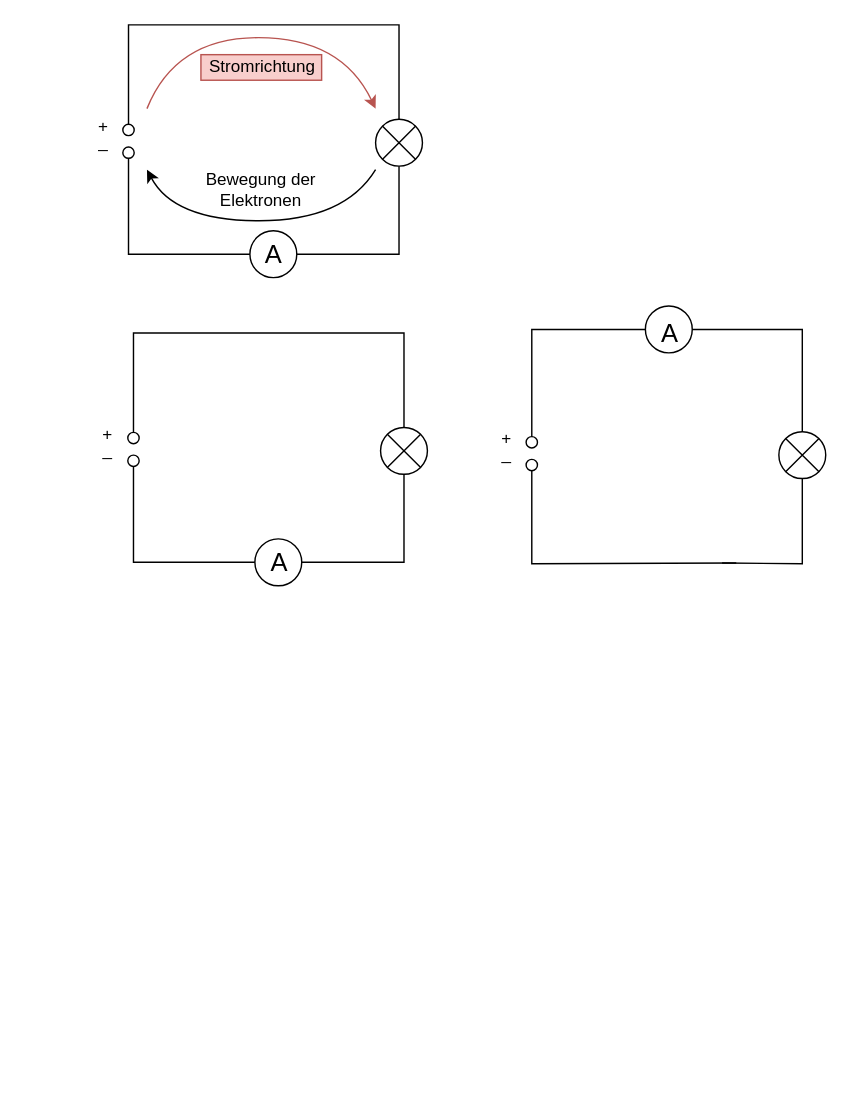
Above: stromkreise.drawio in JoernWVSG/diagram (draw.io), before the change. Source tidied: cells renumbered, new cells numbered last; positions are measured from the earlier drawing's top-left corner, leaving out a move shared by most shapes. Both pictures are drawn from the tidied source at 142%, with x=0, y=0 at pixel (89, 24). Pictures stored in the file or linked from it are replaced by grey dashed boxes.
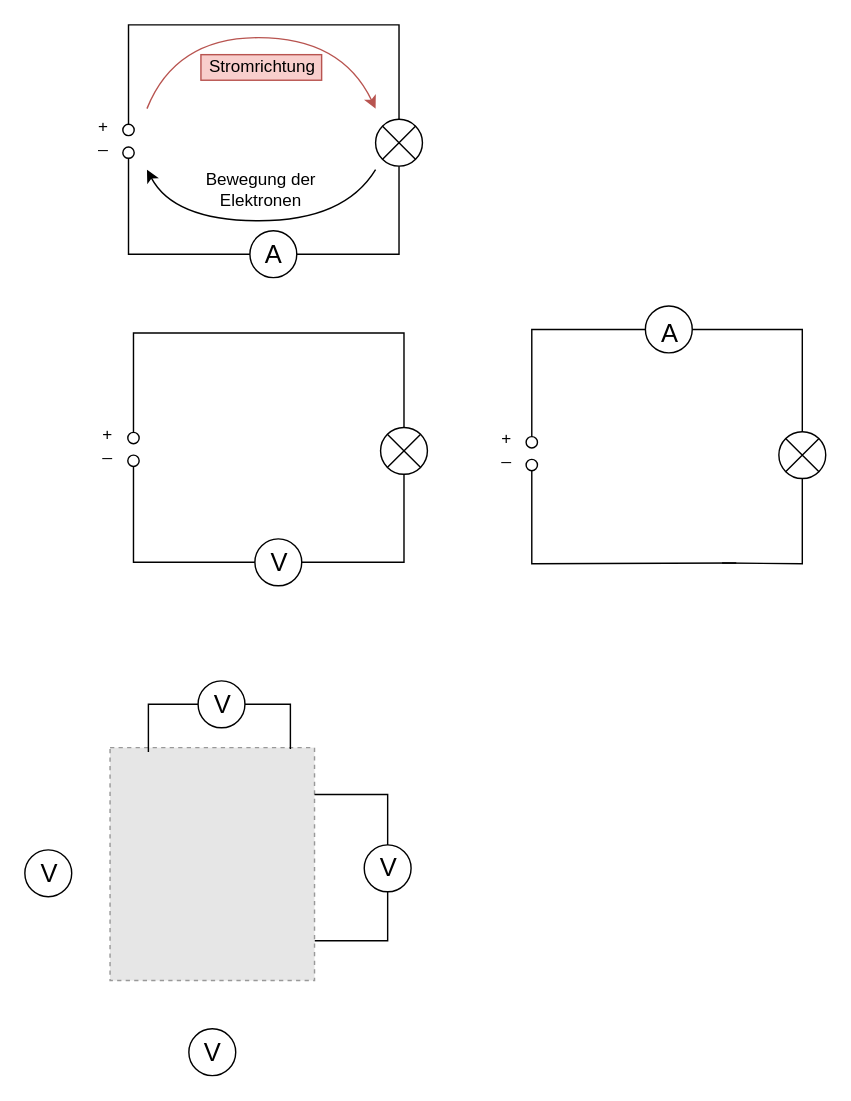
The same diagram, later.

Diff of the diagram source:
```diff
@@
-    <mxCell id="23" value="&lt;font style=&quot;font-size: 18px&quot;&gt;A&lt;/font&gt;" style="text;html=1;align=center;verticalAlign=middle;strokeColor=none;" parent="1" vertex="1">
+    <mxCell id="23" value="&lt;font style=&quot;font-size: 18px&quot;&gt;V&lt;/font&gt;" style="text;html=1;align=center;verticalAlign=middle;strokeColor=none;" parent="1" vertex="1">
       <mxGeometry x="121.5" y="368.5" width="22" height="20" as="geometry" />
     </mxCell>
@@
+    <mxCell id="37" style="edgeStyle=orthogonalEdgeStyle;rounded=0;jettySize=auto;html=1;entryX=0.5;entryY=1;entryDx=0;entryDy=0;entryPerimeter=0;endArrow=none;endFill=0;" parent="1" edge="1" source="38" target="50">
+      <mxGeometry relative="1" as="geometry">
+        <Array as="points">
+          <mxPoint x="210" y="645" />
+        </Array>
+      </mxGeometry>
+    </mxCell>
+    <mxCell id="38" style="fillColor=#E6E6E6;strokeColor=#999999;dashed=1;verticalLabelPosition=bottom;labelBackgroundColor=#ffffff;verticalAlign=top;" parent="1" vertex="1">
+      <mxGeometry x="14" y="509" width="144" height="164" as="geometry" />
+    </mxCell>
+    <mxCell id="39" style="edgeStyle=orthogonalEdgeStyle;rounded=0;jettySize=auto;html=1;exitX=0;exitY=0.5;exitDx=0;exitDy=0;exitPerimeter=0;endArrow=none;endFill=0;" parent="1" edge="1" source="47">
+      <mxGeometry relative="1" as="geometry">
+        <mxPoint x="41" y="512" as="targetPoint" />
+        <Array as="points">
+          <mxPoint x="41" y="479" />
+        </Array>
+      </mxGeometry>
+    </mxCell>
+    <mxCell id="40" style="edgeStyle=orthogonalEdgeStyle;rounded=0;jettySize=auto;html=1;exitX=1;exitY=0.5;exitDx=0;exitDy=0;exitPerimeter=0;entryX=0.882;entryY=0.006;entryDx=0;entryDy=0;entryPerimeter=0;endArrow=none;endFill=0;" parent="1" edge="1" source="47" target="38">
+      <mxGeometry relative="1" as="geometry">
+        <Array as="points">
+          <mxPoint x="141" y="479" />
+        </Array>
+      </mxGeometry>
+    </mxCell>
+    <mxCell id="41" value="&lt;font style=&quot;font-size: 18px&quot;&gt;V&lt;/font&gt;" style="text;html=1;align=center;verticalAlign=middle;strokeColor=none;" parent="1" vertex="1">
+      <mxGeometry x="75" y="713.5" width="22" height="20" as="geometry" />
+    </mxCell>
+    <mxCell id="42" style="strokeWidth=1;html=1;shape=mxgraph.flowchart.start_2;whiteSpace=wrap;verticalAlign=top;fillColor=none;" parent="1" vertex="1">
+      <mxGeometry x="69.5" y="707" width="33" height="33" as="geometry" />
+    </mxCell>
+    <mxCell id="43" value="&lt;font style=&quot;font-size: 18px&quot;&gt;V&lt;/font&gt;" style="text;html=1;align=center;verticalAlign=middle;strokeColor=none;" parent="1" vertex="1">
+      <mxGeometry x="-40.5" y="587.5" width="22" height="20" as="geometry" />
+    </mxCell>
+    <mxCell id="44" style="strokeWidth=1;html=1;shape=mxgraph.flowchart.start_2;whiteSpace=wrap;verticalAlign=top;fillColor=none;" parent="1" vertex="1">
+      <mxGeometry x="-46" y="581" width="33" height="33" as="geometry" />
+    </mxCell>
+    <mxCell id="45" style="group;" parent="1" vertex="1">
+      <mxGeometry x="76" y="462" width="33" height="33" as="geometry" />
+    </mxCell>
+    <mxCell id="46" value="&lt;font style=&quot;font-size: 18px&quot;&gt;V&lt;/font&gt;" style="text;html=1;align=center;verticalAlign=middle;strokeColor=none;" parent="45" vertex="1">
+      <mxGeometry x="5.5" y="6.5" width="22" height="20" as="geometry" />
+    </mxCell>
+    <mxCell id="47" style="strokeWidth=1;html=1;shape=mxgraph.flowchart.start_2;whiteSpace=wrap;verticalAlign=top;fillColor=none;" parent="45" vertex="1">
+      <mxGeometry width="33" height="33" as="geometry" />
+    </mxCell>
+    <mxCell id="48" style="group;" parent="1" vertex="1">
+      <mxGeometry x="193" y="577.5" width="33" height="33" as="geometry" />
+    </mxCell>
+    <mxCell id="49" value="&lt;font style=&quot;font-size: 18px&quot;&gt;V&lt;/font&gt;" style="text;html=1;align=center;verticalAlign=middle;strokeColor=none;" parent="48" vertex="1">
+      <mxGeometry x="5.5" y="6.5" width="22" height="20" as="geometry" />
+    </mxCell>
+    <mxCell id="50" style="strokeWidth=1;html=1;shape=mxgraph.flowchart.start_2;whiteSpace=wrap;verticalAlign=top;fillColor=none;" parent="48" vertex="1">
+      <mxGeometry width="33" height="33" as="geometry" />
+    </mxCell>
+    <mxCell id="51" style="edgeStyle=orthogonalEdgeStyle;rounded=0;jettySize=auto;html=1;exitX=0.5;exitY=0;exitDx=0;exitDy=0;exitPerimeter=0;entryX=1;entryY=0.201;entryDx=0;entryDy=0;entryPerimeter=0;endArrow=none;endFill=0;" parent="1" edge="1" source="50" target="38">
+      <mxGeometry relative="1" as="geometry" />
+    </mxCell>
```
